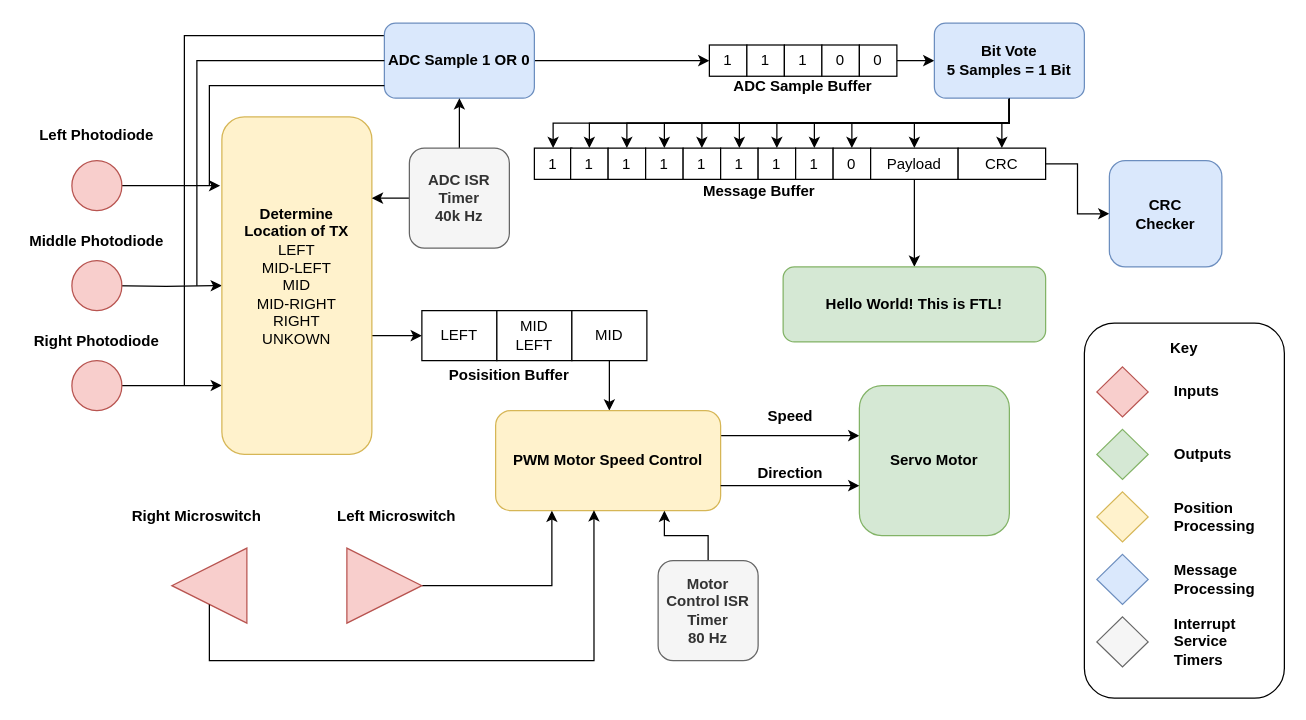
This is page "Page-1" (1 of 2) of documentation/drawio/reciever_system.drawio from JefferyLim/FTL, a draw.io file, before an edit. Source tidied: cells renumbered, new cells numbered last; positions are measured from the earlier drawing's top-left corner, leaving out a move shared by most shapes. Both pictures are drawn from the tidied source at 125%, with x=0, y=0 at pixel (21, 22).
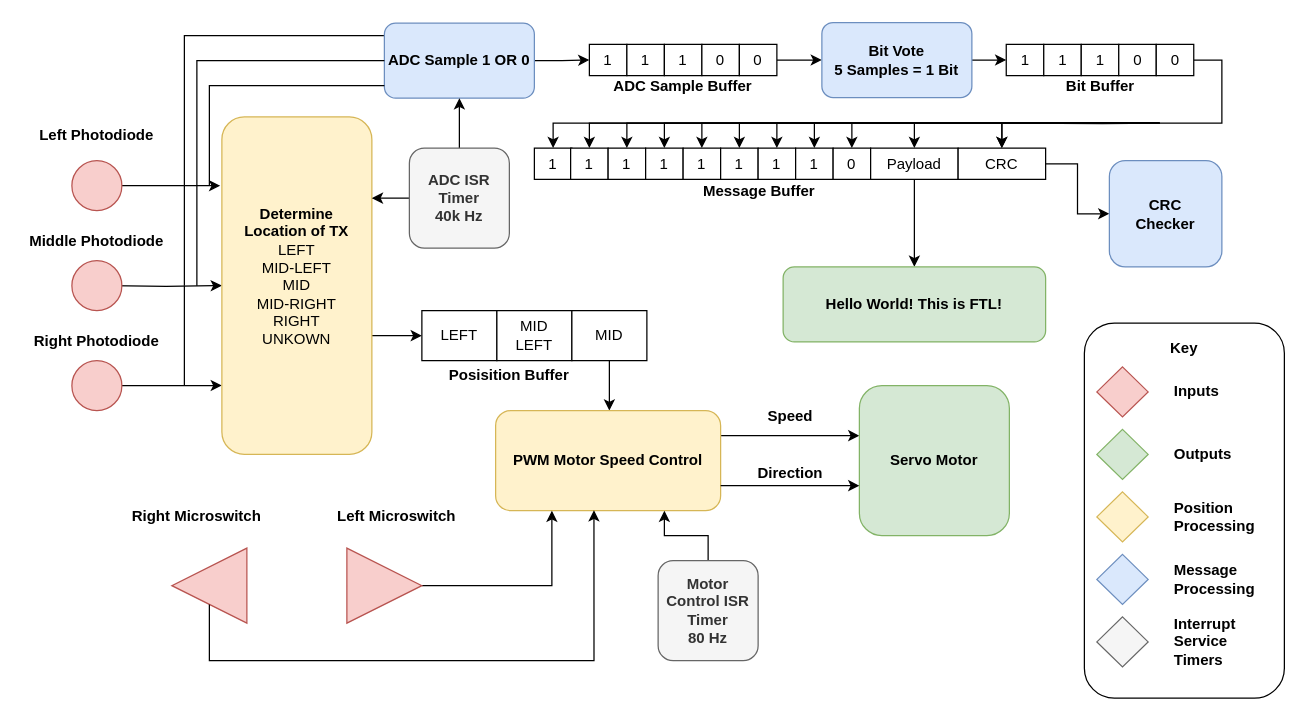
The same page after the edit.

Commit message:
Adding high level FSM to receiver

Unchanged cells that the change refers to:
```xml
<mxCell id="35" value="1" style="rounded=0;whiteSpace=wrap;html=1;" parent="1" vertex="1">
  <mxGeometry x="410" y="100" width="30" height="25" as="geometry" />
</mxCell>
<mxCell id="36" value="1" style="rounded=0;whiteSpace=wrap;html=1;" parent="1" vertex="1">
  <mxGeometry x="439" y="100" width="30" height="25" as="geometry" />
</mxCell>
<mxCell id="37" value="1" style="rounded=0;whiteSpace=wrap;html=1;" parent="1" vertex="1">
  <mxGeometry x="469" y="100" width="30" height="25" as="geometry" />
</mxCell>
<mxCell id="38" value="1" style="rounded=0;whiteSpace=wrap;html=1;" parent="1" vertex="1">
  <mxGeometry x="499" y="100" width="30" height="25" as="geometry" />
</mxCell>
<mxCell id="39" value="1" style="rounded=0;whiteSpace=wrap;html=1;" parent="1" vertex="1">
  <mxGeometry x="529" y="100" width="30" height="25" as="geometry" />
</mxCell>
<mxCell id="41" value="1" style="rounded=0;whiteSpace=wrap;html=1;" parent="1" vertex="1">
  <mxGeometry x="559" y="100" width="30" height="25" as="geometry" />
</mxCell>
<mxCell id="42" value="1" style="rounded=0;whiteSpace=wrap;html=1;" parent="1" vertex="1">
  <mxGeometry x="589" y="100" width="30" height="25" as="geometry" />
</mxCell>
<mxCell id="43" value="1" style="rounded=0;whiteSpace=wrap;html=1;" parent="1" vertex="1">
  <mxGeometry x="619" y="100" width="30" height="25" as="geometry" />
</mxCell>
<mxCell id="44" value="0" style="rounded=0;whiteSpace=wrap;html=1;" parent="1" vertex="1">
  <mxGeometry x="649" y="100" width="30" height="25" as="geometry" />
</mxCell>
<mxCell id="46" value="Payload" style="rounded=0;whiteSpace=wrap;html=1;" parent="1" vertex="1">
  <mxGeometry x="679" y="100" width="70" height="25" as="geometry" />
</mxCell>
<mxCell id="48" value="CRC" style="rounded=0;whiteSpace=wrap;html=1;" parent="1" vertex="1">
  <mxGeometry x="749" y="100" width="70" height="25" as="geometry" />
</mxCell>
```

Change to the diagram source:
```diff
@@
     <mxCell id="18" value="1" style="rounded=0;whiteSpace=wrap;html=1;" parent="1" vertex="1">
-      <mxGeometry x="550" y="17.5" width="30" height="25" as="geometry" />
+      <mxGeometry x="454" y="17" width="30" height="25" as="geometry" />
     </mxCell>
     <mxCell id="19" value="1" style="rounded=0;whiteSpace=wrap;html=1;" parent="1" vertex="1">
-      <mxGeometry x="580" y="17.5" width="30" height="25" as="geometry" />
+      <mxGeometry x="484" y="17" width="30" height="25" as="geometry" />
     </mxCell>
     <mxCell id="20" value="1" style="rounded=0;whiteSpace=wrap;html=1;" parent="1" vertex="1">
-      <mxGeometry x="610" y="17.5" width="30" height="25" as="geometry" />
+      <mxGeometry x="514" y="17" width="30" height="25" as="geometry" />
     </mxCell>
     <mxCell id="21" value="0" style="rounded=0;whiteSpace=wrap;html=1;" parent="1" vertex="1">
-      <mxGeometry x="640" y="17.5" width="30" height="25" as="geometry" />
+      <mxGeometry x="544" y="17" width="30" height="25" as="geometry" />
     </mxCell>
-    <mxCell id="22" style="edgeStyle=orthogonalEdgeStyle;rounded=0;jettySize=auto;html=1;" parent="1" edge="1" source="23" target="34">
+    <mxCell id="22" style="edgeStyle=orthogonalEdgeStyle;rounded=0;jettySize=auto;html=1;entryX=0;entryY=0.5;entryDx=0;entryDy=0;" parent="1" edge="1" source="23" target="34">
       <mxGeometry relative="1" as="geometry" />
     </mxCell>
     <mxCell id="23" value="0" style="rounded=0;whiteSpace=wrap;html=1;" parent="1" vertex="1">
-      <mxGeometry x="670" y="17.5" width="30" height="25" as="geometry" />
+      <mxGeometry x="574" y="17" width="30" height="25" as="geometry" />
     </mxCell>
-    <mxCell id="24" style="edgeStyle=orthogonalEdgeStyle;rounded=0;jettySize=auto;html=1;entryX=0.5;entryY=0;entryDx=0;entryDy=0;" parent="1" edge="1" source="34" target="36">
+    <mxCell id="24" style="edgeStyle=orthogonalEdgeStyle;rounded=0;jettySize=auto;html=1;entryX=0.5;entryY=0;entryDx=0;entryDy=0;" parent="1" edge="1" target="36">
       <mxGeometry relative="1" as="geometry">
+        <mxPoint x="910" y="80" as="sourcePoint" />
         <Array as="points">
           <mxPoint x="680" y="80" />
           <mxPoint x="355" y="80" />
         </Array>
       </mxGeometry>
     </mxCell>
-    <mxCell id="25" style="edgeStyle=orthogonalEdgeStyle;rounded=0;jettySize=auto;html=1;entryX=0.5;entryY=0;entryDx=0;entryDy=0;" parent="1" edge="1" source="34" target="37">
+    <mxCell id="25" style="edgeStyle=orthogonalEdgeStyle;rounded=0;jettySize=auto;html=1;entryX=0.5;entryY=0;entryDx=0;entryDy=0;" parent="1" edge="1" target="37">
       <mxGeometry relative="1" as="geometry">
+        <mxPoint x="910" y="80" as="sourcePoint" />
         <Array as="points">
           <mxPoint x="680" y="80" />
           <mxPoint x="385" y="80" />
         </Array>
       </mxGeometry>
     </mxCell>
-    <mxCell id="26" style="edgeStyle=orthogonalEdgeStyle;rounded=0;jettySize=auto;html=1;entryX=0.5;entryY=0;entryDx=0;entryDy=0;" parent="1" edge="1" source="34" target="38">
+    <mxCell id="26" style="edgeStyle=orthogonalEdgeStyle;rounded=0;jettySize=auto;html=1;entryX=0.5;entryY=0;entryDx=0;entryDy=0;" parent="1" edge="1" target="38">
       <mxGeometry relative="1" as="geometry">
+        <mxPoint x="910" y="80" as="sourcePoint" />
         <Array as="points">
           <mxPoint x="680" y="80" />
           <mxPoint x="415" y="80" />
         </Array>
       </mxGeometry>
     </mxCell>
-    <mxCell id="27" style="edgeStyle=orthogonalEdgeStyle;rounded=0;jettySize=auto;html=1;entryX=0.5;entryY=0;entryDx=0;entryDy=0;" parent="1" edge="1" source="34" target="39">
+    <mxCell id="27" style="edgeStyle=orthogonalEdgeStyle;rounded=0;jettySize=auto;html=1;entryX=0.5;entryY=0;entryDx=0;entryDy=0;" parent="1" edge="1" target="39">
       <mxGeometry relative="1" as="geometry">
+        <mxPoint x="910" y="80" as="sourcePoint" />
         <Array as="points">
           <mxPoint x="680" y="80" />
           <mxPoint x="445" y="80" />
         </Array>
       </mxGeometry>
     </mxCell>
-    <mxCell id="28" style="edgeStyle=orthogonalEdgeStyle;rounded=0;jettySize=auto;html=1;entryX=0.5;entryY=0;entryDx=0;entryDy=0;" parent="1" edge="1" source="34" target="41">
+    <mxCell id="28" style="edgeStyle=orthogonalEdgeStyle;rounded=0;jettySize=auto;html=1;entryX=0.5;entryY=0;entryDx=0;entryDy=0;" parent="1" edge="1" target="41">
       <mxGeometry relative="1" as="geometry">
+        <mxPoint x="910" y="80" as="sourcePoint" />
         <Array as="points">
           <mxPoint x="680" y="80" />
           <mxPoint x="475" y="80" />
         </Array>
       </mxGeometry>
     </mxCell>
-    <mxCell id="29" style="edgeStyle=orthogonalEdgeStyle;rounded=0;jettySize=auto;html=1;entryX=0.5;entryY=0;entryDx=0;entryDy=0;" parent="1" edge="1" source="34" target="42">
+    <mxCell id="29" style="edgeStyle=orthogonalEdgeStyle;rounded=0;jettySize=auto;html=1;entryX=0.5;entryY=0;entryDx=0;entryDy=0;" parent="1" edge="1" target="42">
       <mxGeometry relative="1" as="geometry">
+        <mxPoint x="910" y="80" as="sourcePoint" />
         <Array as="points">
           <mxPoint x="680" y="80" />
           <mxPoint x="505" y="80" />
         </Array>
       </mxGeometry>
     </mxCell>
-    <mxCell id="30" style="edgeStyle=orthogonalEdgeStyle;rounded=0;jettySize=auto;html=1;entryX=0.5;entryY=0;entryDx=0;entryDy=0;" parent="1" edge="1" source="34" target="43">
+    <mxCell id="30" style="edgeStyle=orthogonalEdgeStyle;rounded=0;jettySize=auto;html=1;entryX=0.5;entryY=0;entryDx=0;entryDy=0;" parent="1" edge="1" target="43">
       <mxGeometry relative="1" as="geometry">
+        <mxPoint x="910" y="80" as="sourcePoint" />
         <Array as="points">
           <mxPoint x="680" y="80" />
           <mxPoint x="535" y="80" />
         </Array>
       </mxGeometry>
     </mxCell>
-    <mxCell id="31" style="edgeStyle=orthogonalEdgeStyle;rounded=0;jettySize=auto;html=1;entryX=0.5;entryY=0;entryDx=0;entryDy=0;" parent="1" edge="1" source="34" target="44">
+    <mxCell id="31" style="edgeStyle=orthogonalEdgeStyle;rounded=0;jettySize=auto;html=1;entryX=0.5;entryY=0;entryDx=0;entryDy=0;" parent="1" edge="1" target="44">
       <mxGeometry relative="1" as="geometry">
+        <mxPoint x="910" y="80" as="sourcePoint" />
         <Array as="points">
           <mxPoint x="680" y="80" />
           <mxPoint x="565" y="80" />
         </Array>
       </mxGeometry>
     </mxCell>
-    <mxCell id="32" style="edgeStyle=orthogonalEdgeStyle;rounded=0;jettySize=auto;html=1;entryX=0.5;entryY=0;entryDx=0;entryDy=0;" parent="1" edge="1" source="34" target="46">
-      <mxGeometry relative="1" as="geometry" />
+    <mxCell id="32" style="edgeStyle=orthogonalEdgeStyle;rounded=0;jettySize=auto;html=1;entryX=0.5;entryY=0;entryDx=0;entryDy=0;" parent="1" edge="1" target="46">
+      <mxGeometry relative="1" as="geometry">
+        <mxPoint x="910" y="80" as="sourcePoint" />
+        <Array as="points">
+          <mxPoint x="790" y="80" />
+          <mxPoint x="714" y="80" />
+        </Array>
+      </mxGeometry>
     </mxCell>
-    <mxCell id="33" style="edgeStyle=orthogonalEdgeStyle;rounded=0;jettySize=auto;html=1;entryX=0.5;entryY=0;entryDx=0;entryDy=0;" parent="1" edge="1" source="34" target="48">
-      <mxGeometry relative="1" as="geometry" />
+    <mxCell id="33" style="edgeStyle=orthogonalEdgeStyle;rounded=0;jettySize=auto;html=1;entryX=0.5;entryY=0;entryDx=0;entryDy=0;" parent="1" edge="1" target="48">
+      <mxGeometry relative="1" as="geometry">
+        <mxPoint x="910" y="80" as="sourcePoint" />
+      </mxGeometry>
     </mxCell>
-    <mxCell id="34" value="&lt;b&gt;Bit Vote&lt;/b&gt;&lt;div&gt;&lt;b&gt;5 Samples = 1 Bit&lt;/b&gt;&lt;/div&gt;" style="rounded=1;whiteSpace=wrap;html=1;fillColor=#dae8fc;strokeColor=#6c8ebf;" parent="1" vertex="1">
-      <mxGeometry x="730" width="120" height="60" as="geometry" />
-    </mxCell>
@@
     <mxCell id="40" value="&lt;b&gt;ADC Sample Buffer&lt;/b&gt;" style="text;strokeColor=none;align=center;fillColor=none;html=1;verticalAlign=middle;whiteSpace=wrap;rounded=0;" parent="1" vertex="1">
-      <mxGeometry x="565" y="40" width="120" height="22" as="geometry" />
+      <mxGeometry x="469" y="39.5" width="120" height="22" as="geometry" />
     </mxCell>
@@
-    <mxCell id="49" style="endArrow=classic;html=1;rounded=0;exitX=0.5;exitY=1;exitDx=0;exitDy=0;entryX=0.5;entryY=0;entryDx=0;entryDy=0;" parent="1" edge="1" source="34" target="35">
+    <mxCell id="49" style="endArrow=classic;html=1;rounded=0;entryX=0.5;entryY=0;entryDx=0;entryDy=0;" parent="1" edge="1" target="35">
       <mxGeometry relative="1" as="geometry">
+        <mxPoint x="910" y="80" as="sourcePoint" />
         <Array as="points">
           <mxPoint x="790" y="80" />
           <mxPoint x="680" y="80" />
           <mxPoint x="425" y="80" />
         </Array>
       </mxGeometry>
     </mxCell>
@@
+    <mxCell id="89" style="edgeStyle=orthogonalEdgeStyle;rounded=0;jettySize=auto;html=1;entryX=0;entryY=0.5;entryDx=0;entryDy=0;" parent="1" edge="1" source="34" target="90">
+      <mxGeometry relative="1" as="geometry" />
+    </mxCell>
+    <mxCell id="34" value="&lt;b&gt;Bit Vote&lt;/b&gt;&lt;div&gt;&lt;b&gt;5 Samples = 1 Bit&lt;/b&gt;&lt;/div&gt;" style="rounded=1;whiteSpace=wrap;html=1;fillColor=#dae8fc;strokeColor=#6c8ebf;" parent="1" vertex="1">
+      <mxGeometry x="640" y="-0.5" width="120" height="60" as="geometry" />
+    </mxCell>
+    <mxCell id="90" value="1" style="rounded=0;whiteSpace=wrap;html=1;" parent="1" vertex="1">
+      <mxGeometry x="787.5" y="17" width="30" height="25" as="geometry" />
+    </mxCell>
+    <mxCell id="91" value="1" style="rounded=0;whiteSpace=wrap;html=1;" parent="1" vertex="1">
+      <mxGeometry x="817.5" y="17" width="30" height="25" as="geometry" />
+    </mxCell>
+    <mxCell id="92" value="1" style="rounded=0;whiteSpace=wrap;html=1;" parent="1" vertex="1">
+      <mxGeometry x="847.5" y="17" width="30" height="25" as="geometry" />
+    </mxCell>
+    <mxCell id="93" value="0" style="rounded=0;whiteSpace=wrap;html=1;" parent="1" vertex="1">
+      <mxGeometry x="877.5" y="17" width="30" height="25" as="geometry" />
+    </mxCell>
+    <mxCell id="94" style="edgeStyle=orthogonalEdgeStyle;rounded=0;jettySize=auto;html=1;entryX=0.5;entryY=0;entryDx=0;entryDy=0;" parent="1" edge="1" source="95" target="48">
+      <mxGeometry relative="1" as="geometry">
+        <Array as="points">
+          <mxPoint x="960" y="30" />
+          <mxPoint x="960" y="80" />
+          <mxPoint x="784" y="80" />
+        </Array>
+      </mxGeometry>
+    </mxCell>
+    <mxCell id="95" value="0" style="rounded=0;whiteSpace=wrap;html=1;" parent="1" vertex="1">
+      <mxGeometry x="907.5" y="17" width="30" height="25" as="geometry" />
+    </mxCell>
+    <mxCell id="96" value="&lt;b&gt;Bit Buffer&lt;/b&gt;" style="text;strokeColor=none;align=center;fillColor=none;html=1;verticalAlign=middle;whiteSpace=wrap;rounded=0;" parent="1" vertex="1">
+      <mxGeometry x="802.5" y="39.5" width="120" height="22" as="geometry" />
+    </mxCell>
```
